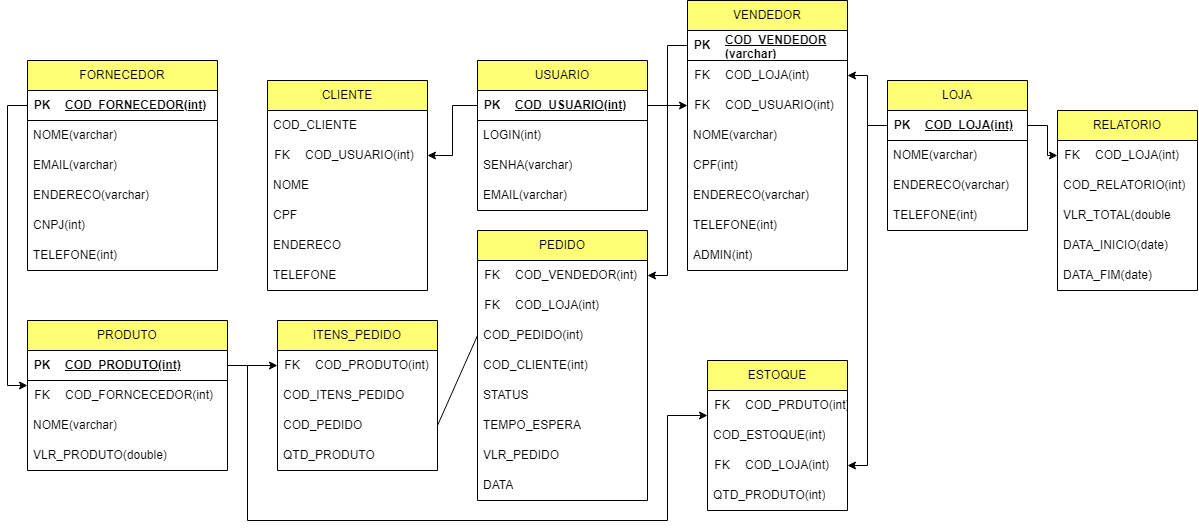
This is ProjetoLógicoZéDelivery/zedelivery.drawio.png from NicolasKevin2/BD, a draw.io export, as it was before one commit. Source tidied: cells renumbered, new cells last; positions are measured from the earlier drawing's top-left corner, leaving out a move shared by most shapes.
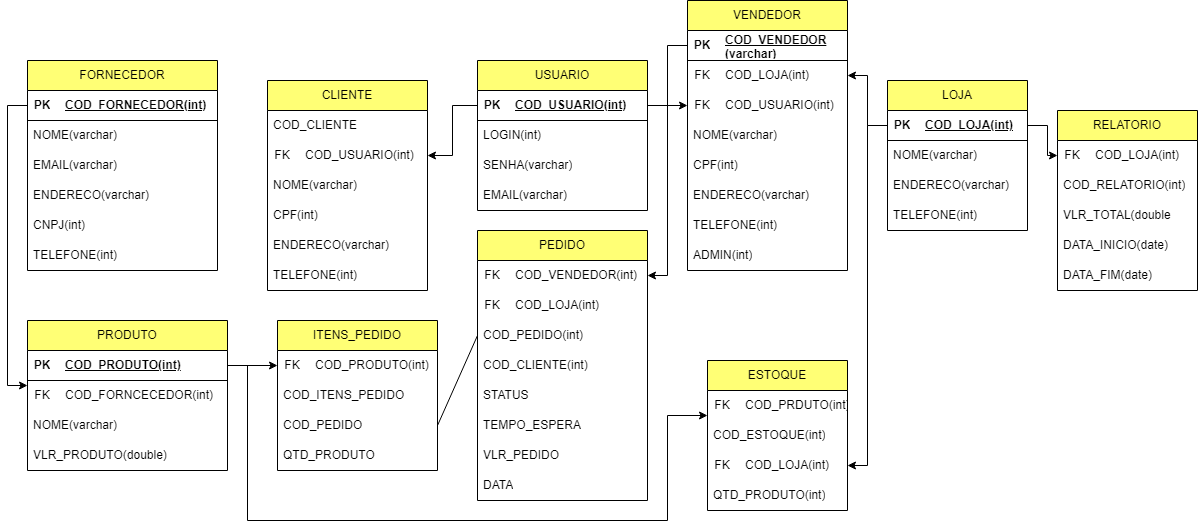
The same file after the commit.

The edit, as a diff of the source:
```diff
@@ -44,16 +44,16 @@
     <mxCell id="15" value="COD_USUARIO(int)" style="shape=partialRectangle;fillColor=none;top=0;left=0;bottom=0;right=0;align=left;spacingLeft=6;fontStyle=0;overflow=hidden;whiteSpace=wrap;html=1;" parent="13" vertex="1">
       <mxGeometry x="30" width="130" height="30" as="geometry" />
     </mxCell>
-    <mxCell id="16" value="NOME" style="text;strokeColor=none;fillColor=none;align=left;verticalAlign=middle;spacingLeft=4;spacingRight=4;overflow=hidden;whiteSpace=wrap;html=1;" parent="10" vertex="1">
+    <mxCell id="16" value="NOME(varchar)" style="text;strokeColor=none;fillColor=none;align=left;verticalAlign=middle;spacingLeft=4;spacingRight=4;overflow=hidden;whiteSpace=wrap;html=1;" parent="10" vertex="1">
       <mxGeometry y="90" width="160" height="30" as="geometry" />
     </mxCell>
-    <mxCell id="17" value="CPF" style="text;strokeColor=none;fillColor=none;align=left;verticalAlign=middle;spacingLeft=4;spacingRight=4;overflow=hidden;whiteSpace=wrap;html=1;" parent="10" vertex="1">
+    <mxCell id="17" value="CPF(int)" style="text;strokeColor=none;fillColor=none;align=left;verticalAlign=middle;spacingLeft=4;spacingRight=4;overflow=hidden;whiteSpace=wrap;html=1;" parent="10" vertex="1">
       <mxGeometry y="120" width="160" height="30" as="geometry" />
     </mxCell>
-    <mxCell id="18" value="ENDERECO" style="text;strokeColor=none;fillColor=none;align=left;verticalAlign=middle;spacingLeft=4;spacingRight=4;overflow=hidden;whiteSpace=wrap;html=1;" parent="10" vertex="1">
+    <mxCell id="18" value="ENDERECO(varchar)" style="text;strokeColor=none;fillColor=none;align=left;verticalAlign=middle;spacingLeft=4;spacingRight=4;overflow=hidden;whiteSpace=wrap;html=1;" parent="10" vertex="1">
       <mxGeometry y="150" width="160" height="30" as="geometry" />
     </mxCell>
-    <mxCell id="19" value="TELEFONE" style="text;strokeColor=none;fillColor=none;align=left;verticalAlign=middle;spacingLeft=4;spacingRight=4;overflow=hidden;whiteSpace=wrap;html=1;" parent="10" vertex="1">
+    <mxCell id="19" value="TELEFONE(int)" style="text;strokeColor=none;fillColor=none;align=left;verticalAlign=middle;spacingLeft=4;spacingRight=4;overflow=hidden;whiteSpace=wrap;html=1;" parent="10" vertex="1">
       <mxGeometry y="180" width="160" height="30" as="geometry" />
     </mxCell>
     <mxCell id="20" value="VENDEDOR" style="swimlane;fontStyle=0;horizontal=1;startSize=30;whiteSpace=wrap;html=1;fillColor=#FFFF75;" parent="1" vertex="1">
```
